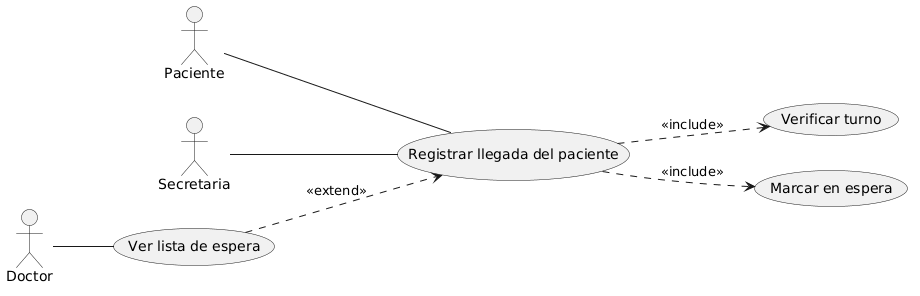
The PlantUML diagram diagramas/02-casos-de-uso/02-caso-uso-registrar-llegada-03/02-caso-uso-registrar-llegada-03.png in FacundoGuiraldes/SistemaTurnosMedicos, before a commit.
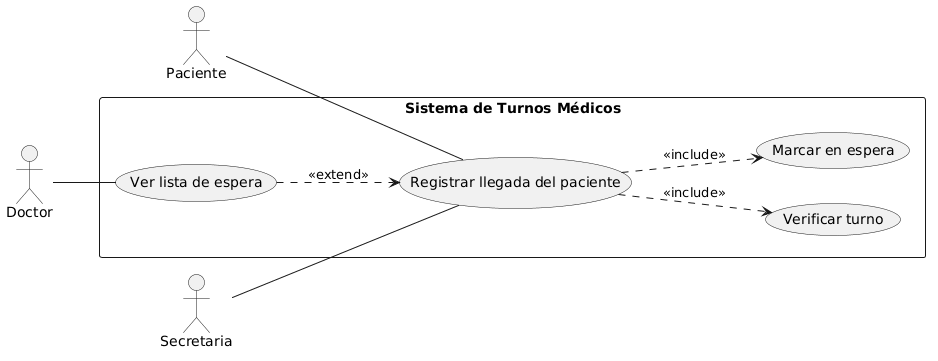
After the commit.

What changed in the source:
```diff
@@ -5,10 +5,12 @@
 actor Secretaria
 actor Doctor
 
-usecase "Registrar llegada del paciente" as UC1
-usecase "Verificar turno" as UC2
-usecase "Marcar en espera" as UC3
-usecase "Ver lista de espera" as UC4
+rectangle "Sistema de Turnos Médicos" {
+    usecase "Registrar llegada del paciente" as UC1
+    usecase "Verificar turno" as UC2
+    usecase "Marcar en espera" as UC3
+    usecase "Ver lista de espera" as UC4
+}
 
 Paciente -- UC1
 Secretaria -- UC1
```
